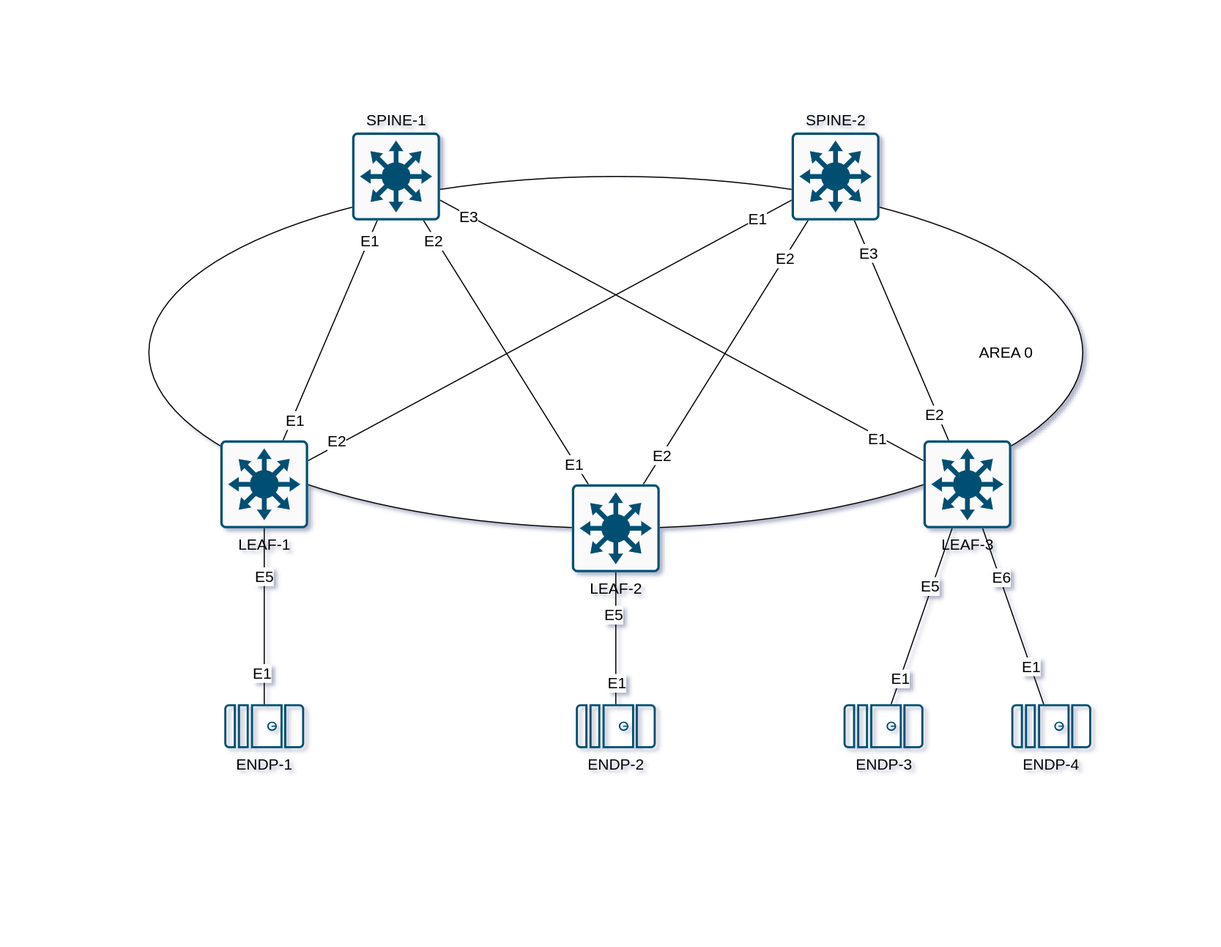
Above: LESSONS/04/images/1-04.drawio.png in archie-io/dc-design-course (draw.io), before the change. Source tidied: cells renumbered, new cells last; positions are measured from the earlier drawing's top-left corner, leaving out a move shared by most shapes. Its diagram source:
```xml
<mxGraphModel>
  <root>
    <mxCell id="0" />
    <mxCell id="1" parent="0" />
    <mxCell id="2" style="ellipse;whiteSpace=wrap;html=1;fontSize=14;" parent="1" vertex="1">
      <mxGeometry y="40" width="850" height="320" as="geometry" />
    </mxCell>
    <mxCell id="3" style="edgeStyle=none;rounded=0;jettySize=auto;html=1;endArrow=none;endFill=0;fontSize=14;" parent="1" edge="1" source="9" target="33">
      <mxGeometry relative="1" as="geometry" />
    </mxCell>
    <mxCell id="4" value="E1" style="edgeLabel;html=1;align=center;verticalAlign=middle;fontSize=14;" parent="3" vertex="1">
      <mxGeometry x="-0.8" y="-2" relative="1" as="geometry" />
    </mxCell>
    <mxCell id="5" value="E1" style="edgeLabel;html=1;align=center;verticalAlign=middle;fontSize=14;" parent="3" vertex="1">
      <mxGeometry x="0.82" relative="1" as="geometry" />
    </mxCell>
    <mxCell id="6" style="edgeStyle=none;rounded=0;jettySize=auto;html=1;endArrow=none;endFill=0;fontSize=14;" parent="1" edge="1" source="9" target="34">
      <mxGeometry relative="1" as="geometry" />
    </mxCell>
    <mxCell id="7" value="E2" style="edgeLabel;html=1;align=center;verticalAlign=middle;fontSize=14;" parent="6" vertex="1">
      <mxGeometry x="-0.88" y="4" relative="1" as="geometry">
        <mxPoint x="1" as="offset" />
      </mxGeometry>
    </mxCell>
    <mxCell id="8" value="E1" style="edgeLabel;html=1;align=center;verticalAlign=middle;fontSize=14;" parent="6" vertex="1">
      <mxGeometry x="0.86" relative="1" as="geometry" />
    </mxCell>
    <mxCell id="9" value="LEAF-1" style="sketch=0;points=[[0.015,0.015,0],[0.985,0.015,0],[0.985,0.985,0],[0.015,0.985,0],[0.25,0,0],[0.5,0,0],[0.75,0,0],[1,0.25,0],[1,0.5,0],[1,0.75,0],[0.75,1,0],[0.5,1,0],[0.25,1,0],[0,0.75,0],[0,0.5,0],[0,0.25,0]];verticalLabelPosition=bottom;html=1;verticalAlign=top;align=center;shape=mxgraph.cisco19.rect;prIcon=l3_switch;fillColor=#FAFAFA;strokeColor=#005073;horizontal=1;labelPosition=center;fontSize=14;" parent="1" vertex="1">
      <mxGeometry x="65" y="280" width="80" height="80" as="geometry" />
    </mxCell>
    <mxCell id="10" style="edgeStyle=none;rounded=0;jettySize=auto;html=1;endArrow=none;endFill=0;fontSize=14;" parent="1" edge="1" source="19" target="33">
      <mxGeometry relative="1" as="geometry" />
    </mxCell>
    <mxCell id="11" value="E2" style="edgeLabel;html=1;align=center;verticalAlign=middle;fontSize=14;" parent="10" vertex="1">
      <mxGeometry x="0.86" y="2" relative="1" as="geometry" />
    </mxCell>
    <mxCell id="12" value="E1" style="edgeLabel;html=1;align=center;verticalAlign=middle;fontSize=14;" parent="10" vertex="1">
      <mxGeometry x="-0.84" y="1" relative="1" as="geometry" />
    </mxCell>
    <mxCell id="13" style="edgeStyle=none;rounded=0;jettySize=auto;html=1;endArrow=none;endFill=0;fontSize=14;" parent="1" edge="1" source="19" target="34">
      <mxGeometry relative="1" as="geometry" />
    </mxCell>
    <mxCell id="14" value="E2" style="edgeLabel;html=1;align=center;verticalAlign=middle;fontSize=14;" parent="13" vertex="1">
      <mxGeometry x="0.71" relative="1" as="geometry" />
    </mxCell>
    <mxCell id="15" value="E2" style="edgeLabel;html=1;align=center;verticalAlign=middle;fontSize=14;" parent="13" vertex="1">
      <mxGeometry x="-0.78" relative="1" as="geometry" />
    </mxCell>
    <mxCell id="16" style="rounded=0;jettySize=auto;html=1;endArrow=none;endFill=0;fontSize=14;" parent="1" edge="1" source="19" target="36">
      <mxGeometry relative="1" as="geometry" />
    </mxCell>
    <mxCell id="17" value="E5" style="edgeLabel;html=1;align=center;verticalAlign=middle;fontSize=14;" parent="16" vertex="1">
      <mxGeometry x="-0.36" y="-3" relative="1" as="geometry" />
    </mxCell>
    <mxCell id="18" value="E1" style="edgeLabel;html=1;align=center;verticalAlign=middle;fontSize=14;" parent="16" vertex="1">
      <mxGeometry x="0.68" relative="1" as="geometry" />
    </mxCell>
    <mxCell id="19" value="LEAF-2" style="sketch=0;points=[[0.015,0.015,0],[0.985,0.015,0],[0.985,0.985,0],[0.015,0.985,0],[0.25,0,0],[0.5,0,0],[0.75,0,0],[1,0.25,0],[1,0.5,0],[1,0.75,0],[0.75,1,0],[0.5,1,0],[0.25,1,0],[0,0.75,0],[0,0.5,0],[0,0.25,0]];verticalLabelPosition=bottom;html=1;verticalAlign=top;align=center;shape=mxgraph.cisco19.rect;prIcon=l3_switch;fillColor=#FAFAFA;strokeColor=#005073;labelPosition=center;horizontal=1;fontSize=14;" parent="1" vertex="1">
      <mxGeometry x="385" y="320" width="80" height="80" as="geometry" />
    </mxCell>
    <mxCell id="20" style="edgeStyle=none;rounded=0;jettySize=auto;html=1;endArrow=none;endFill=0;fontSize=14;" parent="1" edge="1" source="32" target="33">
      <mxGeometry relative="1" as="geometry" />
    </mxCell>
    <mxCell id="21" value="E3" style="edgeLabel;html=1;align=center;verticalAlign=middle;fontSize=14;" parent="20" vertex="1">
      <mxGeometry x="0.88" y="1" relative="1" as="geometry" />
    </mxCell>
    <mxCell id="22" value="E1" style="edgeLabel;html=1;align=center;verticalAlign=middle;fontSize=14;" parent="20" vertex="1">
      <mxGeometry x="-0.81" y="3" relative="1" as="geometry" />
    </mxCell>
    <mxCell id="23" style="edgeStyle=none;rounded=0;jettySize=auto;html=1;endArrow=none;endFill=0;fontSize=14;" parent="1" edge="1" source="32" target="34">
      <mxGeometry relative="1" as="geometry" />
    </mxCell>
    <mxCell id="24" value="E3" style="edgeLabel;html=1;align=center;verticalAlign=middle;fontSize=14;" parent="23" vertex="1">
      <mxGeometry x="0.71" relative="1" as="geometry" />
    </mxCell>
    <mxCell id="25" value="E2" style="edgeLabel;html=1;align=center;verticalAlign=middle;fontSize=14;" parent="23" vertex="1">
      <mxGeometry x="-0.76" y="4" relative="1" as="geometry">
        <mxPoint x="1" as="offset" />
      </mxGeometry>
    </mxCell>
    <mxCell id="26" style="edgeStyle=none;rounded=0;jettySize=auto;html=1;endArrow=none;endFill=0;fontSize=14;" parent="1" edge="1" source="32" target="37">
      <mxGeometry relative="1" as="geometry" />
    </mxCell>
    <mxCell id="27" value="E5" style="edgeLabel;html=1;align=center;verticalAlign=middle;fontSize=14;" parent="26" vertex="1">
      <mxGeometry x="-0.34" y="-2" relative="1" as="geometry" />
    </mxCell>
    <mxCell id="28" value="E1" style="edgeLabel;html=1;align=center;verticalAlign=middle;fontSize=14;" parent="26" vertex="1">
      <mxGeometry x="0.7" relative="1" as="geometry" />
    </mxCell>
    <mxCell id="29" style="edgeStyle=none;rounded=0;jettySize=auto;html=1;endArrow=none;endFill=0;fontSize=14;" parent="1" edge="1" source="32" target="38">
      <mxGeometry relative="1" as="geometry" />
    </mxCell>
    <mxCell id="30" value="E6" style="edgeLabel;html=1;align=center;verticalAlign=middle;fontSize=14;" parent="29" vertex="1">
      <mxGeometry x="-0.45" y="1" relative="1" as="geometry" />
    </mxCell>
    <mxCell id="31" value="E1" style="edgeLabel;html=1;align=center;verticalAlign=middle;fontSize=14;" parent="29" vertex="1">
      <mxGeometry x="0.56" relative="1" as="geometry" />
    </mxCell>
    <mxCell id="32" value="LEAF-3" style="sketch=0;points=[[0.015,0.015,0],[0.985,0.015,0],[0.985,0.985,0],[0.015,0.985,0],[0.25,0,0],[0.5,0,0],[0.75,0,0],[1,0.25,0],[1,0.5,0],[1,0.75,0],[0.75,1,0],[0.5,1,0],[0.25,1,0],[0,0.75,0],[0,0.5,0],[0,0.25,0]];verticalLabelPosition=bottom;html=1;verticalAlign=top;align=center;shape=mxgraph.cisco19.rect;prIcon=l3_switch;fillColor=#FAFAFA;strokeColor=#005073;labelPosition=center;horizontal=1;fontSize=14;" parent="1" vertex="1">
      <mxGeometry x="705" y="280" width="80" height="80" as="geometry" />
    </mxCell>
    <mxCell id="33" value="SPINE-1" style="sketch=0;points=[[0.015,0.015,0],[0.985,0.015,0],[0.985,0.985,0],[0.015,0.985,0],[0.25,0,0],[0.5,0,0],[0.75,0,0],[1,0.25,0],[1,0.5,0],[1,0.75,0],[0.75,1,0],[0.5,1,0],[0.25,1,0],[0,0.75,0],[0,0.5,0],[0,0.25,0]];verticalLabelPosition=top;html=1;verticalAlign=bottom;align=center;shape=mxgraph.cisco19.rect;prIcon=l3_switch;fillColor=#FAFAFA;strokeColor=#005073;labelPosition=center;fontSize=14;" parent="1" vertex="1">
      <mxGeometry x="185" width="80" height="80" as="geometry" />
    </mxCell>
    <mxCell id="34" value="SPINE-2" style="sketch=0;points=[[0.015,0.015,0],[0.985,0.015,0],[0.985,0.985,0],[0.015,0.985,0],[0.25,0,0],[0.5,0,0],[0.75,0,0],[1,0.25,0],[1,0.5,0],[1,0.75,0],[0.75,1,0],[0.5,1,0],[0.25,1,0],[0,0.75,0],[0,0.5,0],[0,0.25,0]];verticalLabelPosition=top;html=1;verticalAlign=bottom;align=center;shape=mxgraph.cisco19.rect;prIcon=l3_switch;fillColor=#FAFAFA;strokeColor=#005073;labelPosition=center;fontSize=14;" parent="1" vertex="1">
      <mxGeometry x="585" width="80" height="80" as="geometry" />
    </mxCell>
    <mxCell id="35" value="ENDP-1" style="sketch=0;points=[[0.015,0.015,0],[0.985,0.015,0],[0.985,0.985,0],[0.015,0.985,0],[0.25,0,0],[0.5,0,0],[0.75,0,0],[1,0.25,0],[1,0.5,0],[1,0.75,0],[0.75,1,0],[0.5,1,0],[0.25,1,0],[0,0.75,0],[0,0.5,0],[0,0.25,0]];verticalLabelPosition=bottom;html=1;verticalAlign=top;align=center;shape=mxgraph.cisco19.server;fillColor=#005073;strokeColor=none;direction=south;fontSize=14;" parent="1" vertex="1">
      <mxGeometry x="68.6" y="520" width="72.7" height="40" as="geometry" />
    </mxCell>
    <mxCell id="36" value="ENDP-2" style="sketch=0;points=[[0.015,0.015,0],[0.985,0.015,0],[0.985,0.985,0],[0.015,0.985,0],[0.25,0,0],[0.5,0,0],[0.75,0,0],[1,0.25,0],[1,0.5,0],[1,0.75,0],[0.75,1,0],[0.5,1,0],[0.25,1,0],[0,0.75,0],[0,0.5,0],[0,0.25,0]];verticalLabelPosition=bottom;html=1;verticalAlign=top;align=center;shape=mxgraph.cisco19.server;fillColor=#005073;strokeColor=none;direction=south;fontSize=14;" parent="1" vertex="1">
      <mxGeometry x="388.6" y="520" width="72.7" height="40" as="geometry" />
    </mxCell>
    <mxCell id="37" value="ENDP-3" style="sketch=0;points=[[0.015,0.015,0],[0.985,0.015,0],[0.985,0.985,0],[0.015,0.985,0],[0.25,0,0],[0.5,0,0],[0.75,0,0],[1,0.25,0],[1,0.5,0],[1,0.75,0],[0.75,1,0],[0.5,1,0],[0.25,1,0],[0,0.75,0],[0,0.5,0],[0,0.25,0]];verticalLabelPosition=bottom;html=1;verticalAlign=top;align=center;shape=mxgraph.cisco19.server;fillColor=#005073;strokeColor=none;direction=south;fontSize=14;" parent="1" vertex="1">
      <mxGeometry x="632.3" y="520" width="72.7" height="40" as="geometry" />
    </mxCell>
    <mxCell id="38" value="ENDP-4" style="sketch=0;points=[[0.015,0.015,0],[0.985,0.015,0],[0.985,0.985,0],[0.015,0.985,0],[0.25,0,0],[0.5,0,0],[0.75,0,0],[1,0.25,0],[1,0.5,0],[1,0.75,0],[0.75,1,0],[0.5,1,0],[0.25,1,0],[0,0.75,0],[0,0.5,0],[0,0.25,0]];verticalLabelPosition=bottom;html=1;verticalAlign=top;align=center;shape=mxgraph.cisco19.server;fillColor=#005073;strokeColor=none;direction=south;fontSize=14;" parent="1" vertex="1">
      <mxGeometry x="785" y="520" width="72.7" height="40" as="geometry" />
    </mxCell>
    <mxCell id="39" style="rounded=0;jettySize=auto;html=1;entryX=0;entryY=0.5;entryDx=0;entryDy=0;entryPerimeter=0;endArrow=none;endFill=0;fontSize=14;" parent="1" edge="1" source="9" target="35">
      <mxGeometry relative="1" as="geometry" />
    </mxCell>
    <mxCell id="40" value="E5" style="edgeLabel;html=1;align=center;verticalAlign=middle;fontSize=14;" parent="39" vertex="1">
      <mxGeometry x="-0.46" y="-1" relative="1" as="geometry" />
    </mxCell>
    <mxCell id="41" value="E1" style="edgeLabel;html=1;align=center;verticalAlign=middle;fontSize=14;" parent="39" vertex="1">
      <mxGeometry x="0.64" y="-3" relative="1" as="geometry" />
    </mxCell>
    <mxCell id="42" value="AREA 0" style="text;html=1;align=center;verticalAlign=middle;strokeColor=none;fillColor=none;fontSize=14;" parent="1" vertex="1">
      <mxGeometry x="745" y="185" width="70" height="30" as="geometry" />
    </mxCell>
  </root>
</mxGraphModel>
```
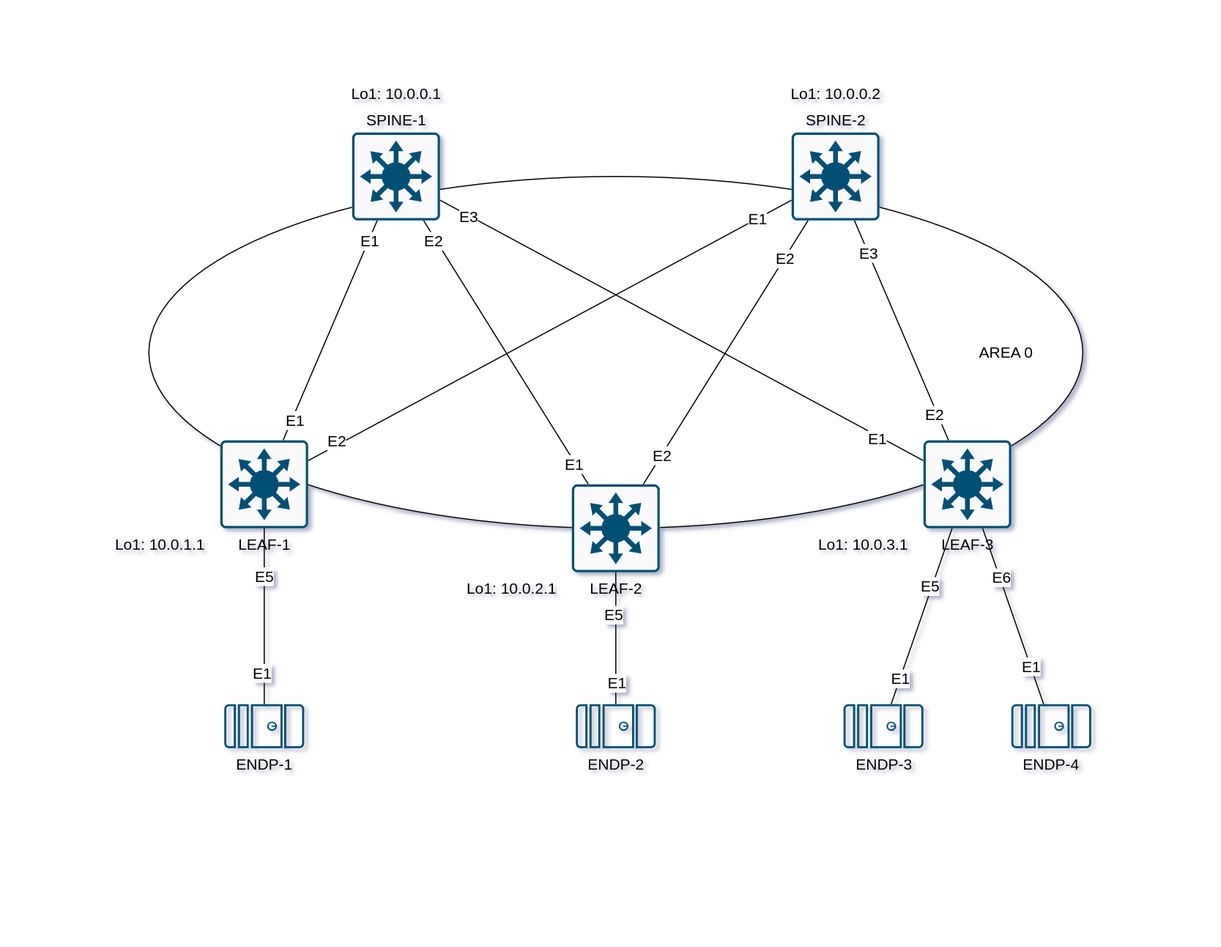
The same file after the commit.

Diff of the diagram source:
```diff
@@ -129,5 +129,20 @@
     <mxCell id="42" value="AREA 0" style="text;html=1;align=center;verticalAlign=middle;strokeColor=none;fillColor=none;fontSize=14;" parent="1" vertex="1">
       <mxGeometry x="745" y="185" width="70" height="30" as="geometry" />
     </mxCell>
+    <mxCell id="43" value="Lo1: 10.0.1.1" style="text;html=1;align=center;verticalAlign=middle;strokeColor=none;fillColor=none;fontSize=14;" parent="1" vertex="1">
+      <mxGeometry x="-45" y="360" width="110" height="30" as="geometry" />
+    </mxCell>
+    <mxCell id="44" value="Lo1: 10.0.2.1" style="text;html=1;align=center;verticalAlign=middle;strokeColor=none;fillColor=none;fontSize=14;" parent="1" vertex="1">
+      <mxGeometry x="275" y="400" width="110" height="30" as="geometry" />
+    </mxCell>
+    <mxCell id="45" value="Lo1: 10.0.3.1" style="text;html=1;align=center;verticalAlign=middle;strokeColor=none;fillColor=none;fontSize=14;" parent="1" vertex="1">
+      <mxGeometry x="595" y="360" width="110" height="30" as="geometry" />
+    </mxCell>
+    <mxCell id="46" value="Lo1: 10.0.0.1" style="text;html=1;align=center;verticalAlign=middle;strokeColor=none;fillColor=none;fontSize=14;" parent="1" vertex="1">
+      <mxGeometry x="170" y="-50" width="110" height="30" as="geometry" />
+    </mxCell>
+    <mxCell id="47" value="Lo1: 10.0.0.2" style="text;html=1;align=center;verticalAlign=middle;strokeColor=none;fillColor=none;fontSize=14;" parent="1" vertex="1">
+      <mxGeometry x="570" y="-50" width="110" height="30" as="geometry" />
+    </mxCell>
   </root>
 </mxGraphModel>
```
